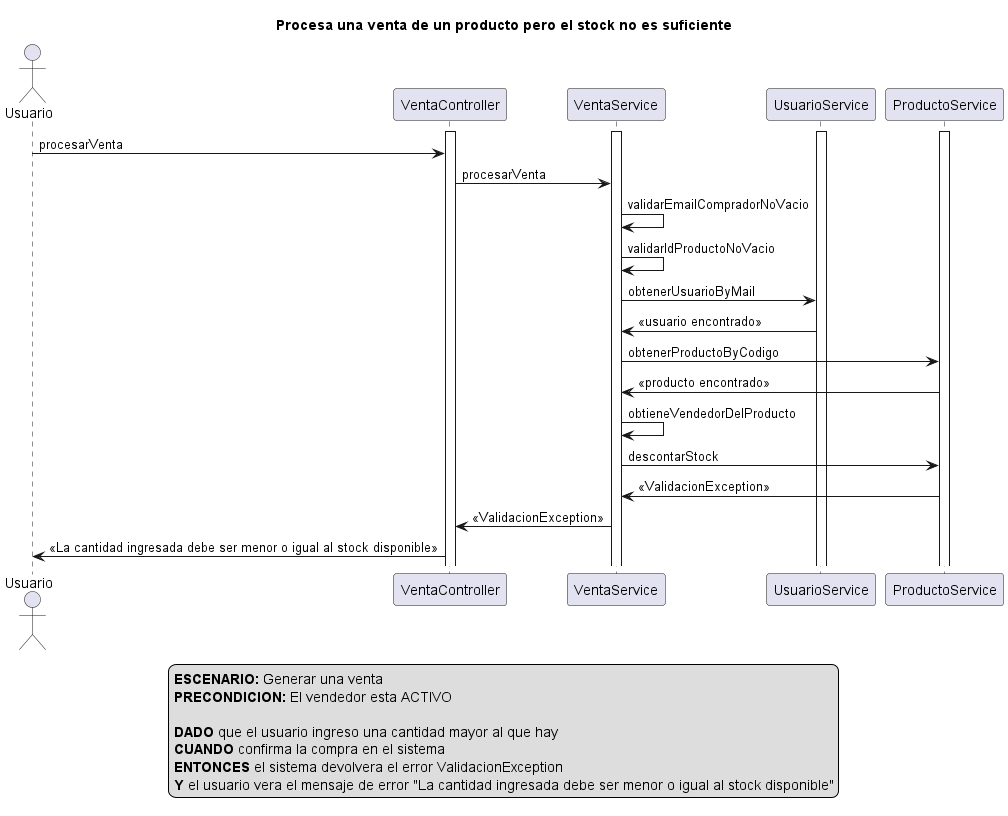
Earlier version of the PlantUML export src/main/resources/com/arqsoft/medici/diagramas/secuencia/ventas/procesarVentaStockNoDisponible.png (marilaumedici/arqSoft2ModuloVendedor). Source of this version:
```plantuml
@startuml
actor Usuario
activate VentaController
activate VentaService
activate UsuarioService
activate ProductoService


title Procesa una venta de un producto pero el stock no es suficiente

Usuario -> VentaController: procesarVenta

VentaController -> VentaService: procesarVenta

VentaService -> VentaService: validarEmailCompradorNoVacio

VentaService -> VentaService: validarIdProductoNoVacio

VentaService -> UsuarioService: obtenerUsuarioByMail

UsuarioService -> VentaService: <<usuario encontrado>>

VentaService -> ProductoService: obtenerProductoByCodigo

ProductoService -> VentaService: <<producto encontrado>>

VentaService -> VentaService: obtieneVendedorDelProducto

VentaService -> ProductoService: descontarStock

ProductoService -> VentaService: <<ValidacionException>>

VentaService -> VentaController: <<ValidacionException>>

VentaController -> Usuario: <<La cantidad ingresada debe ser menor o igual al stock disponible>>



legend
<b>ESCENARIO:</b> Generar una venta
<b>PRECONDICION:</b> El vendedor esta ACTIVO

<b>DADO</b> que el usuario ingreso una cantidad mayor al que hay
<b>CUANDO</b> confirma la compra en el sistema
<b>ENTONCES</b> el sistema devolvera el error ValidacionException
<b>Y</b> el usuario vera el mensaje de error "La cantidad ingresada debe ser menor o igual al stock disponible"
end legend








@enduml
```
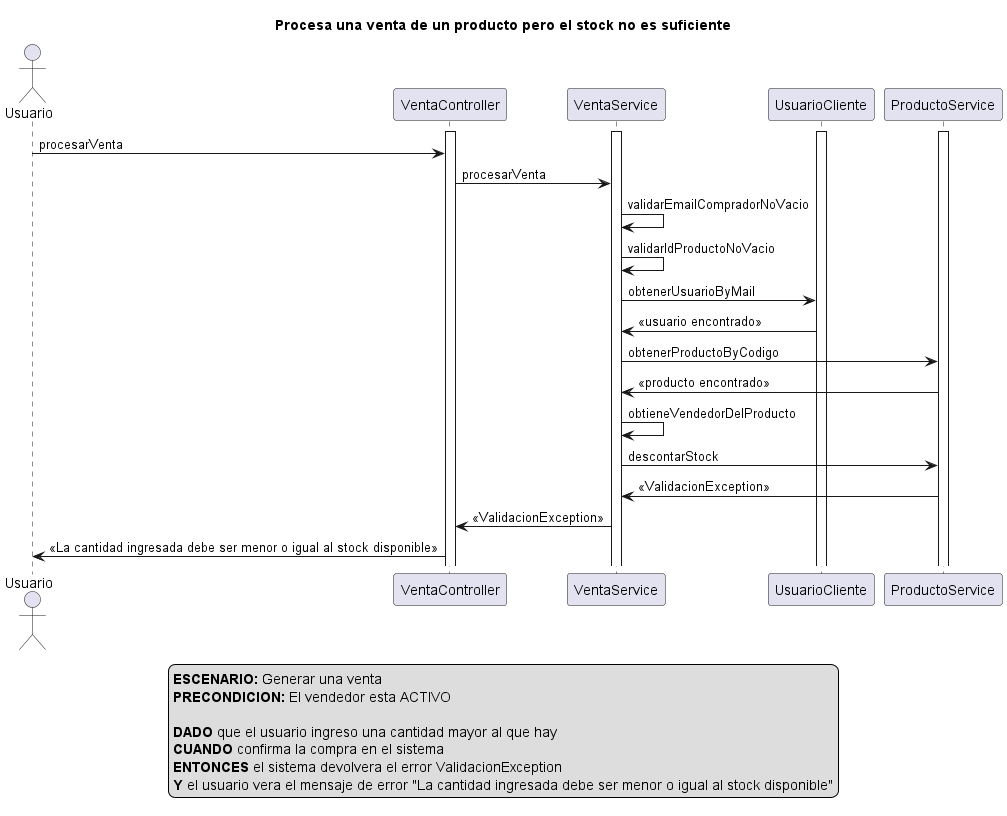
Above is the later version.

Commit message:
se modifican diagramas de secuencia de ventas para incluir cliente de usuario y de notificaciones

Diff of the diagram source:
```diff
@@ -2,7 +2,7 @@
 actor Usuario
 activate VentaController
 activate VentaService
-activate UsuarioService
+activate UsuarioCliente
 activate ProductoService
 
 
@@ -16,9 +16,9 @@
 
 VentaService -> VentaService: validarIdProductoNoVacio
 
-VentaService -> UsuarioService: obtenerUsuarioByMail
+VentaService -> UsuarioCliente: obtenerUsuarioByMail
 
-UsuarioService -> VentaService: <<usuario encontrado>>
+UsuarioCliente -> VentaService: <<usuario encontrado>>
 
 VentaService -> ProductoService: obtenerProductoByCodigo
 
```
